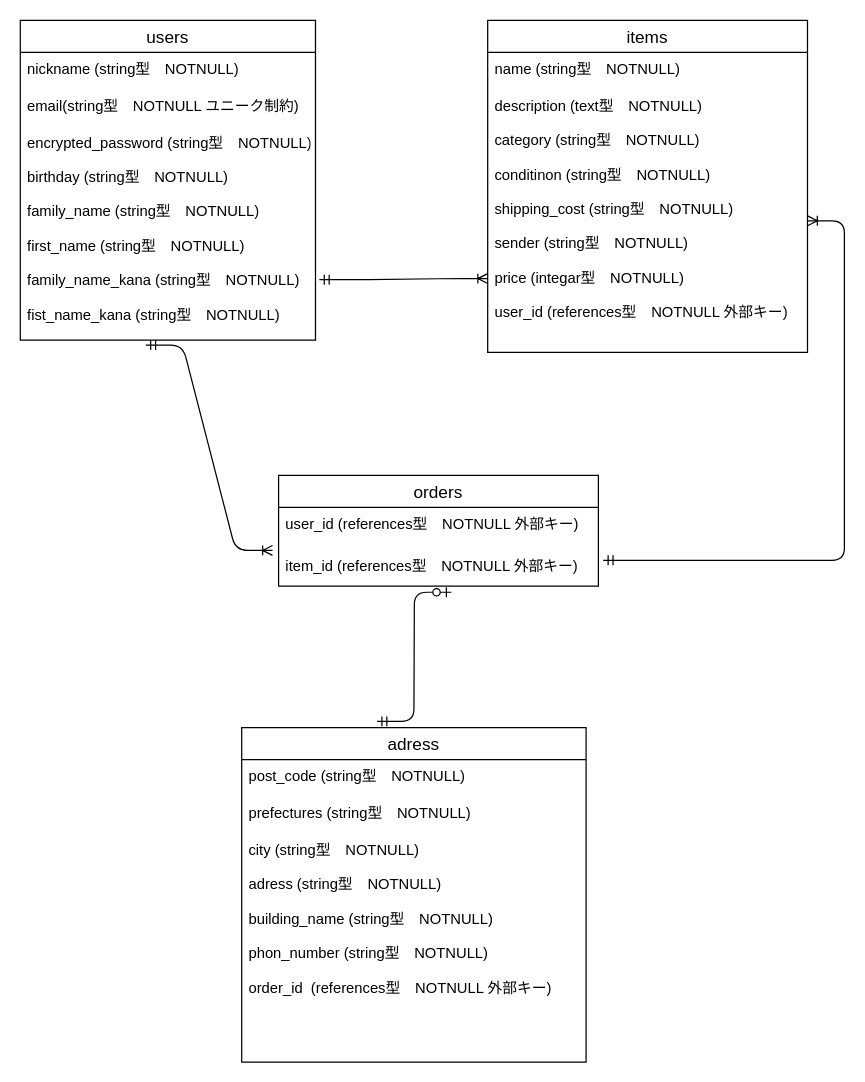
Before: furima.dio in FUJITASHOGO2190/furima-38244, a draw.io diagram. Source tidied: cells renumbered, new cells numbered last; positions are measured from the earlier drawing's top-left corner, leaving out a move shared by most shapes. Both pictures are drawn from the tidied source at 123%, with x=0, y=0 at pixel (20, 20).
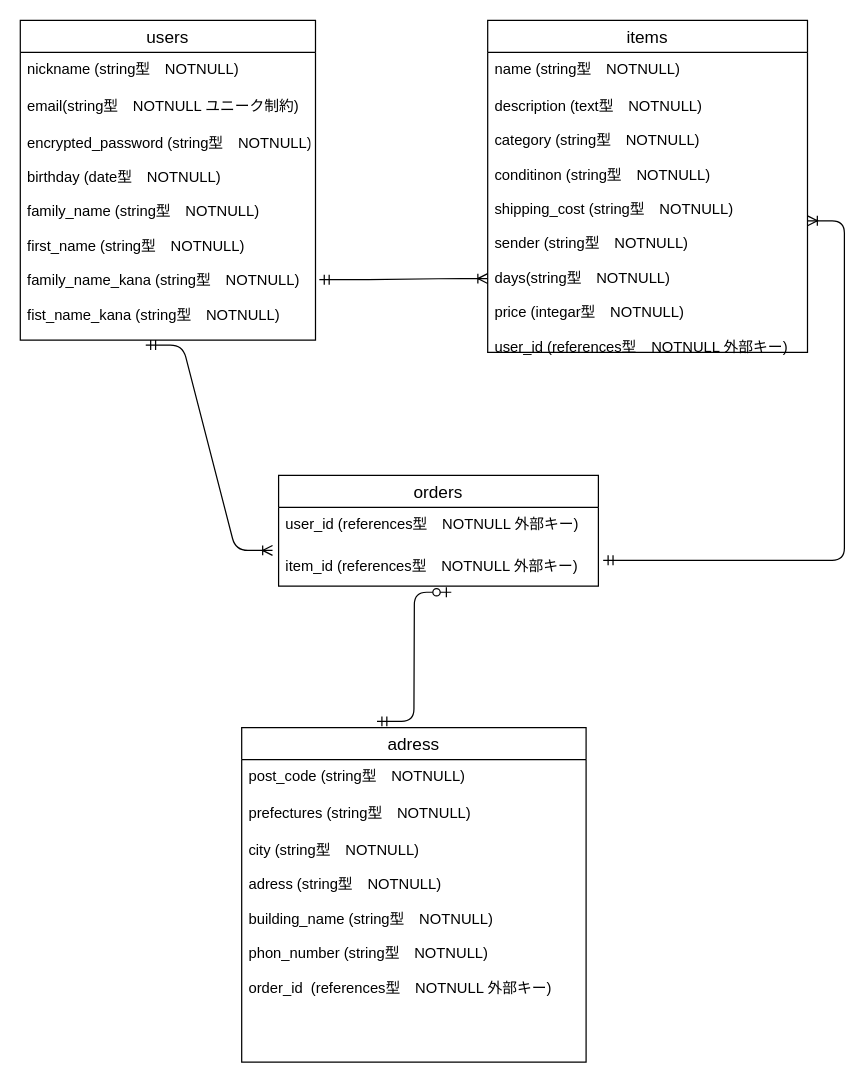
The same diagram, later.

Commit message (it also covers changes not shown here):
データベース設計、修正

The change refers to these unchanged cells:
```xml
<mxCell id="2" value="users" style="swimlane;fontStyle=0;horizontal=1;startSize=26;align=center;fontSize=14;" parent="1" vertex="1">
  <mxGeometry width="240" height="260" as="geometry" />
</mxCell>
<mxCell id="6" value="items" style="swimlane;fontStyle=0;horizontal=1;startSize=26;align=center;fontSize=14;" parent="1" vertex="1">
  <mxGeometry x="380" width="260" height="270" as="geometry" />
</mxCell>
```

Change to the diagram source:
```diff
@@
-    <mxCell id="5" value="encrypted_password (string型　NOTNULL)&#10;&#10;birthday (string型　NOTNULL)&#10;&#10;family_name (string型　NOTNULL)&#10;&#10;first_name (string型　NOTNULL)&#10;&#10;family_name_kana (string型　NOTNULL)&#10;&#10;fist_name_kana (string型　NOTNULL)&#10;" style="text;strokeColor=none;fillColor=none;spacingLeft=4;spacingRight=4;overflow=hidden;points=[[0,0.5],[1,0.5]];portConstraint=eastwest;fontSize=12;" parent="2" vertex="1">
+    <mxCell id="5" value="encrypted_password (string型　NOTNULL)&#10;&#10;birthday (date型　NOTNULL)&#10;&#10;family_name (string型　NOTNULL)&#10;&#10;first_name (string型　NOTNULL)&#10;&#10;family_name_kana (string型　NOTNULL)&#10;&#10;fist_name_kana (string型　NOTNULL)&#10;" style="text;strokeColor=none;fillColor=none;spacingLeft=4;spacingRight=4;overflow=hidden;points=[[0,0.5],[1,0.5]];portConstraint=eastwest;fontSize=12;" parent="2" vertex="1">
       <mxGeometry y="86" width="240" height="174" as="geometry" />
     </mxCell>
@@
-    <mxCell id="8" value="description (text型　NOTNULL)&#10;&#10;category (string型　NOTNULL)&#10;&#10;conditinon (string型　NOTNULL)&#10;&#10;shipping_cost (string型　NOTNULL)&#10;&#10;sender (string型　NOTNULL)&#10;&#10;price (integar型　NOTNULL)&#10;&#10;user_id (references型　NOTNULL 外部キー)&#10;" style="text;strokeColor=none;fillColor=none;spacingLeft=4;spacingRight=4;overflow=hidden;points=[[0,0.5],[1,0.5]];portConstraint=eastwest;fontSize=12;" parent="6" vertex="1">
+    <mxCell id="8" value="description (text型　NOTNULL)&#10;&#10;category (string型　NOTNULL)&#10;&#10;conditinon (string型　NOTNULL)&#10;&#10;shipping_cost (string型　NOTNULL)&#10;&#10;sender (string型　NOTNULL)&#10;&#10;days(string型　NOTNULL)&#10;&#10;price (integar型　NOTNULL)&#10;&#10;user_id (references型　NOTNULL 外部キー)&#10;" style="text;strokeColor=none;fillColor=none;spacingLeft=4;spacingRight=4;overflow=hidden;points=[[0,0.5],[1,0.5]];portConstraint=eastwest;fontSize=12;" parent="6" vertex="1">
       <mxGeometry y="56" width="260" height="214" as="geometry" />
     </mxCell>
```
